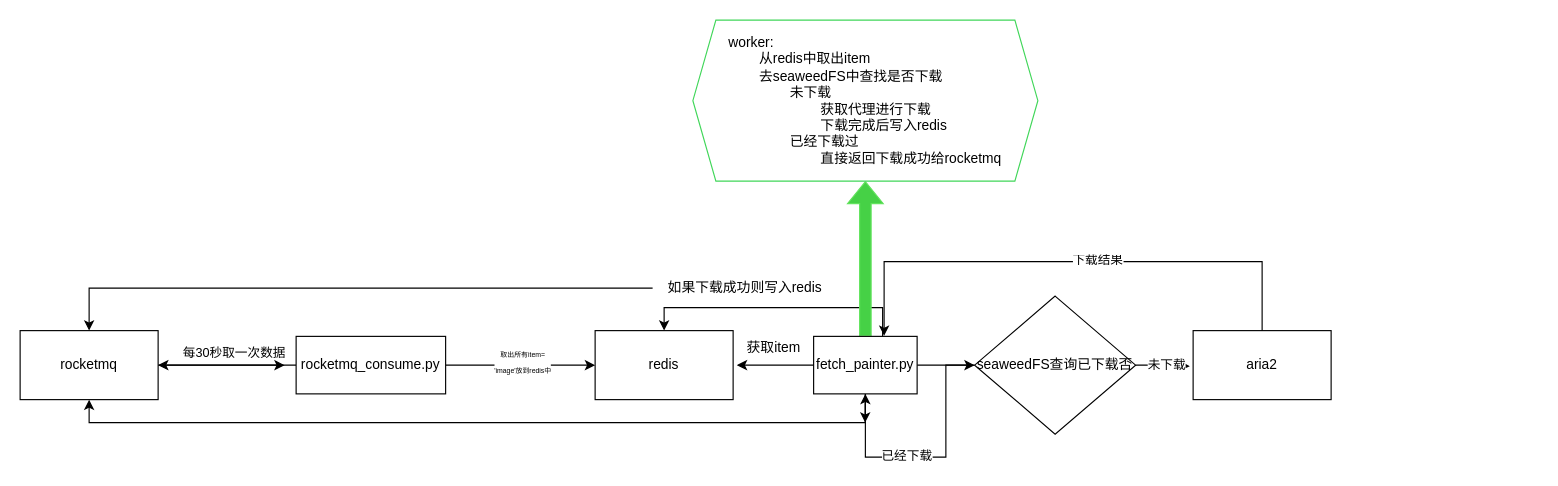
Earlier version of the draw.io diagram painter.drawio (MapleJourney/diagram). Source tidied: cells renumbered, new cells numbered last; positions are measured from the earlier drawing's top-left corner, leaving out a move shared by most shapes. Both pictures are drawn from the tidied source at 115%, with x=0, y=0 at pixel (20, 20).
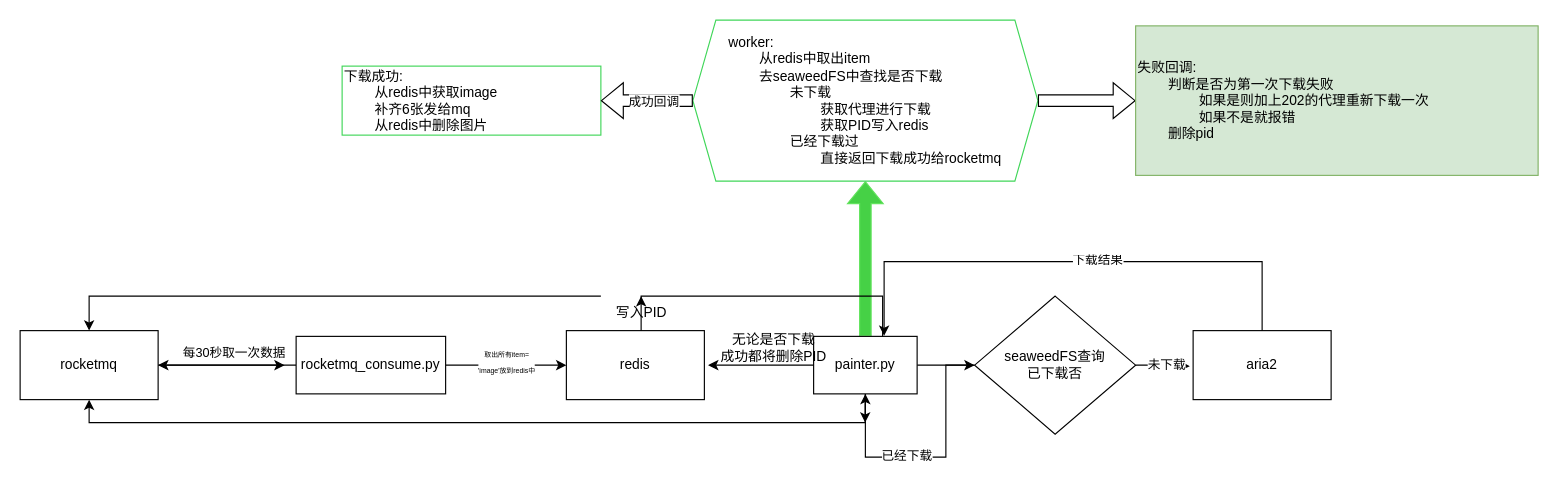
The same diagram, later.

The change refers to these unchanged cells:
```xml
<mxCell id="13" value="rocketmq" style="rounded=0;whiteSpace=wrap;html=1;" parent="1" vertex="1">
  <mxGeometry y="270" width="120" height="60" as="geometry" />
</mxCell>
```

What changed in the source:
```diff
@@
-    <mxCell id="5" style="edgeStyle=orthogonalEdgeStyle;rounded=0;jettySize=auto;html=1;entryX=0.5;entryY=0;entryDx=0;entryDy=0;" parent="1" edge="1" source="7" target="15">
-      <mxGeometry relative="1" as="geometry">
-        <Array as="points">
-          <mxPoint x="750" y="250" />
-          <mxPoint x="560" y="250" />
-        </Array>
-      </mxGeometry>
+    <mxCell id="5" style="edgeStyle=orthogonalEdgeStyle;rounded=0;jettySize=auto;html=1;entryX=0.5;entryY=0;entryDx=0;entryDy=0;" parent="1" edge="1" source="28" target="15">
+      <mxGeometry relative="1" as="geometry" />
     </mxCell>
@@
-    <mxCell id="7" value="fetch_painter.py" style="rounded=0;whiteSpace=wrap;html=1;" parent="1" vertex="1">
+    <mxCell id="7" value="painter.py" style="rounded=0;whiteSpace=wrap;html=1;" parent="1" vertex="1">
       <mxGeometry x="690" y="275" width="90" height="50" as="geometry" />
     </mxCell>
@@
     <mxCell id="15" value="redis" style="rounded=0;whiteSpace=wrap;html=1;" parent="1" vertex="1">
-      <mxGeometry x="500" y="270" width="120" height="60" as="geometry" />
+      <mxGeometry x="475" y="270" width="120" height="60" as="geometry" />
     </mxCell>
@@
-    <mxCell id="17" value="获取item" style="text;html=1;align=center;verticalAlign=middle;strokeColor=none;fillColor=none;" parent="1" vertex="1">
-      <mxGeometry x="620" y="270" width="70" height="30" as="geometry" />
+    <mxCell id="17" value="无论是否下载&lt;br&gt;成功都将删除PID" style="text;html=1;align=center;verticalAlign=middle;strokeColor=none;fillColor=none;" parent="1" vertex="1">
+      <mxGeometry x="595" y="265" width="120" height="40" as="geometry" />
     </mxCell>
@@
-    <mxCell id="21" value="seaweedFS查询已下载否" style="rhombus;whiteSpace=wrap;html=1;" parent="1" vertex="1">
+    <mxCell id="21" value="seaweedFS查询&lt;br&gt;已下载否" style="rhombus;whiteSpace=wrap;html=1;" parent="1" vertex="1">
       <mxGeometry x="830" y="240" width="140" height="120" as="geometry" />
     </mxCell>
@@
-    <mxCell id="24" value="&lt;div style=&quot;text-align: left;&quot;&gt;&lt;span style=&quot;background-color: initial;&quot;&gt;worker:&lt;/span&gt;&lt;/div&gt;&lt;div style=&quot;text-align: left;&quot;&gt;&lt;span style=&quot;background-color: initial;&quot;&gt;&lt;span style=&quot;white-space: pre;&quot;&gt;&#9;&lt;/span&gt;从redis中取出item&lt;/span&gt;&lt;/div&gt;&lt;div style=&quot;text-align: left;&quot;&gt;&lt;span style=&quot;background-color: initial;&quot;&gt;&lt;span style=&quot;white-space: pre;&quot;&gt;&#9;&lt;/span&gt;去seaweedFS中查找是否下载&lt;/span&gt;&lt;/div&gt;&lt;div style=&quot;text-align: left;&quot;&gt;&lt;span style=&quot;background-color: initial;&quot;&gt;&lt;span style=&quot;white-space: pre;&quot;&gt;&#9;&lt;/span&gt;&lt;span style=&quot;white-space: pre;&quot;&gt;&#9;&lt;/span&gt;未下载&lt;/span&gt;&lt;/div&gt;&lt;div style=&quot;text-align: left;&quot;&gt;&lt;span style=&quot;background-color: initial;&quot;&gt;&lt;span style=&quot;white-space: pre;&quot;&gt;&#9;&lt;/span&gt;&lt;span style=&quot;white-space: pre;&quot;&gt;&#9;&lt;/span&gt;&lt;span style=&quot;white-space: pre;&quot;&gt;&#9;&lt;/span&gt;获取代理进行下载&lt;/span&gt;&lt;/div&gt;&lt;div style=&quot;text-align: left;&quot;&gt;&lt;span style=&quot;background-color: initial;&quot;&gt;&lt;span style=&quot;white-space: pre;&quot;&gt;&#9;&lt;/span&gt;&lt;span style=&quot;white-space: pre;&quot;&gt;&#9;&lt;/span&gt;&lt;span style=&quot;white-space: pre;&quot;&gt;&#9;&lt;/span&gt;下载完成后写入redis&lt;br&gt;&amp;nbsp;&lt;span style=&quot;white-space: pre;&quot;&gt;&#9;&lt;/span&gt;&lt;span style=&quot;white-space: pre;&quot;&gt;&#9;&lt;/span&gt;已经下载过&lt;/span&gt;&lt;/div&gt;&lt;div style=&quot;text-align: left;&quot;&gt;&lt;span style=&quot;background-color: initial;&quot;&gt;&lt;span style=&quot;white-space: pre;&quot;&gt;&#9;&lt;/span&gt;&lt;span style=&quot;white-space: pre;&quot;&gt;&#9;&lt;/span&gt;&lt;span style=&quot;white-space: pre;&quot;&gt;&#9;&lt;/span&gt;直接返回下载成功给rocketmq&lt;br&gt;&lt;/span&gt;&lt;/div&gt;&#9;&#9;&#9;" style="shape=hexagon;perimeter=hexagonPerimeter2;whiteSpace=wrap;html=1;fixedSize=1;strokeColor=#40D659;" parent="1" vertex="1">
+    <mxCell id="24" value="&lt;div style=&quot;text-align: left;&quot;&gt;&lt;span style=&quot;background-color: initial;&quot;&gt;worker:&lt;/span&gt;&lt;/div&gt;&lt;div style=&quot;text-align: left;&quot;&gt;&lt;span style=&quot;background-color: initial;&quot;&gt;&lt;span style=&quot;white-space: pre;&quot;&gt;&#9;&lt;/span&gt;从redis中取出item&lt;/span&gt;&lt;/div&gt;&lt;div style=&quot;text-align: left;&quot;&gt;&lt;span style=&quot;background-color: initial;&quot;&gt;&lt;span style=&quot;white-space: pre;&quot;&gt;&#9;&lt;/span&gt;去seaweedFS中查找是否下载&lt;/span&gt;&lt;/div&gt;&lt;div style=&quot;text-align: left;&quot;&gt;&lt;span style=&quot;background-color: initial;&quot;&gt;&lt;span style=&quot;white-space: pre;&quot;&gt;&#9;&lt;/span&gt;&lt;span style=&quot;white-space: pre;&quot;&gt;&#9;&lt;/span&gt;未下载&lt;/span&gt;&lt;/div&gt;&lt;div style=&quot;text-align: left;&quot;&gt;&lt;span style=&quot;background-color: initial;&quot;&gt;&lt;span style=&quot;white-space: pre;&quot;&gt;&#9;&lt;/span&gt;&lt;span style=&quot;white-space: pre;&quot;&gt;&#9;&lt;/span&gt;&lt;span style=&quot;white-space: pre;&quot;&gt;&#9;&lt;/span&gt;获取代理进行下载&lt;/span&gt;&lt;/div&gt;&lt;div style=&quot;text-align: left;&quot;&gt;&lt;span style=&quot;background-color: initial;&quot;&gt;&lt;span style=&quot;white-space: pre;&quot;&gt;&#9;&lt;/span&gt;&lt;span style=&quot;white-space: pre;&quot;&gt;&#9;&lt;/span&gt;&lt;span style=&quot;white-space: pre;&quot;&gt;&#9;&lt;/span&gt;获取PID写入redis&lt;br&gt;&amp;nbsp;&lt;span style=&quot;white-space: pre;&quot;&gt;&#9;&lt;/span&gt;&lt;span style=&quot;white-space: pre;&quot;&gt;&#9;&lt;/span&gt;已经下载过&lt;/span&gt;&lt;/div&gt;&lt;div style=&quot;text-align: left;&quot;&gt;&lt;span style=&quot;background-color: initial;&quot;&gt;&lt;span style=&quot;white-space: pre;&quot;&gt;&#9;&lt;/span&gt;&lt;span style=&quot;white-space: pre;&quot;&gt;&#9;&lt;/span&gt;&lt;span style=&quot;white-space: pre;&quot;&gt;&#9;&lt;/span&gt;直接返回下载成功给rocketmq&lt;br&gt;&lt;/span&gt;&lt;/div&gt;&#9;&#9;&#9;" style="shape=hexagon;perimeter=hexagonPerimeter2;whiteSpace=wrap;html=1;fixedSize=1;strokeColor=#40D659;" parent="1" vertex="1">
       <mxGeometry x="585" width="300" height="140" as="geometry" />
     </mxCell>
@@
     <mxCell id="27" style="edgeStyle=orthogonalEdgeStyle;rounded=0;jettySize=auto;html=1;entryX=0.5;entryY=0;entryDx=0;entryDy=0;" parent="1" edge="1" source="28" target="13">
-      <mxGeometry relative="1" as="geometry" />
+      <mxGeometry relative="1" as="geometry">
+        <Array as="points">
+          <mxPoint x="60" y="240" />
+        </Array>
+      </mxGeometry>
     </mxCell>
+    <mxCell id="29" style="edgeStyle=orthogonalEdgeStyle;rounded=0;jettySize=auto;html=1;entryX=0.5;entryY=0;entryDx=0;entryDy=0;" parent="1" edge="1" source="7" target="28">
+      <mxGeometry relative="1" as="geometry">
+        <Array as="points">
+          <mxPoint x="750" y="240" />
+          <mxPoint x="540" y="240" />
+          <mxPoint x="540" y="270" />
+        </Array>
+      </mxGeometry>
+    </mxCell>
-    <mxCell id="28" value="如果下载成功则写入redis" style="text;html=1;align=center;verticalAlign=middle;points=[];strokeColor=none;fillColor=none;" parent="1" vertex="1">
-      <mxGeometry x="550" y="218" width="160" height="30" as="geometry" />
+    <mxCell id="28" value="写入PID" style="text;html=1;align=center;verticalAlign=middle;points=[];strokeColor=none;fillColor=none;" parent="1" vertex="1">
+      <mxGeometry x="505" y="240" width="70" height="30" as="geometry" />
     </mxCell>
+    <mxCell id="30" value="下载成功:&lt;br&gt;&lt;span style=&quot;white-space: pre;&quot;&gt;&#9;&lt;/span&gt;从redis中获取image&lt;br&gt;&lt;span style=&quot;white-space: pre;&quot;&gt;&#9;&lt;/span&gt;补齐6张发给mq&lt;br&gt;&lt;span style=&quot;white-space: pre;&quot;&gt;&#9;&lt;/span&gt;从redis中删除图片" style="whiteSpace=wrap;html=1;strokeColor=#40D659;align=left;" parent="1" vertex="1">
+      <mxGeometry x="280" y="40" width="225" height="60" as="geometry" />
+    </mxCell>
+    <mxCell id="31" style="shape=flexArrow;endArrow=classic;html=1;rounded=0;entryX=1;entryY=0.5;entryDx=0;entryDy=0;exitX=0;exitY=0.5;exitDx=0;exitDy=0;" parent="1" edge="1" source="24" target="30">
+      <mxGeometry relative="1" as="geometry" />
+    </mxCell>
+    <mxCell id="32" value="成功回调" style="edgeLabel;html=1;align=center;verticalAlign=middle;" parent="31" vertex="1">
+      <mxGeometry x="-0.67" y="-3" relative="1" as="geometry">
+        <mxPoint x="-22" y="3" as="offset" />
+      </mxGeometry>
+    </mxCell>
+    <mxCell id="33" style="shape=flexArrow;endArrow=classic;html=1;rounded=0;exitX=1;exitY=0.5;exitDx=0;exitDy=0;entryX=0;entryY=0.5;entryDx=0;entryDy=0;" parent="1" edge="1" source="24" target="34">
+      <mxGeometry relative="1" as="geometry" />
+    </mxCell>
+    <mxCell id="34" value="失败回调:&lt;br&gt;&lt;span style=&quot;white-space: pre;&quot;&gt;&#9;&lt;/span&gt;判断是否为第一次下载失败&lt;br&gt;&lt;span style=&quot;white-space: pre;&quot;&gt;&#9;&lt;/span&gt;&lt;span style=&quot;white-space: pre;&quot;&gt;&#9;&lt;/span&gt;如果是则加上202的代理重新下载一次&lt;br&gt;&lt;span style=&quot;white-space: pre;&quot;&gt;&#9;&lt;span style=&quot;white-space: pre;&quot;&gt;&#9;&lt;/span&gt;如果&lt;/span&gt;不是就报错&lt;br&gt;&lt;span style=&quot;white-space: pre;&quot;&gt;&#9;&lt;/span&gt;删除pid" style="rounded=0;whiteSpace=wrap;html=1;align=left;fillColor=#d5e8d4;strokeColor=#82b366;" parent="1" vertex="1">
+      <mxGeometry x="970" y="5" width="350" height="130" as="geometry" />
+    </mxCell>
```
